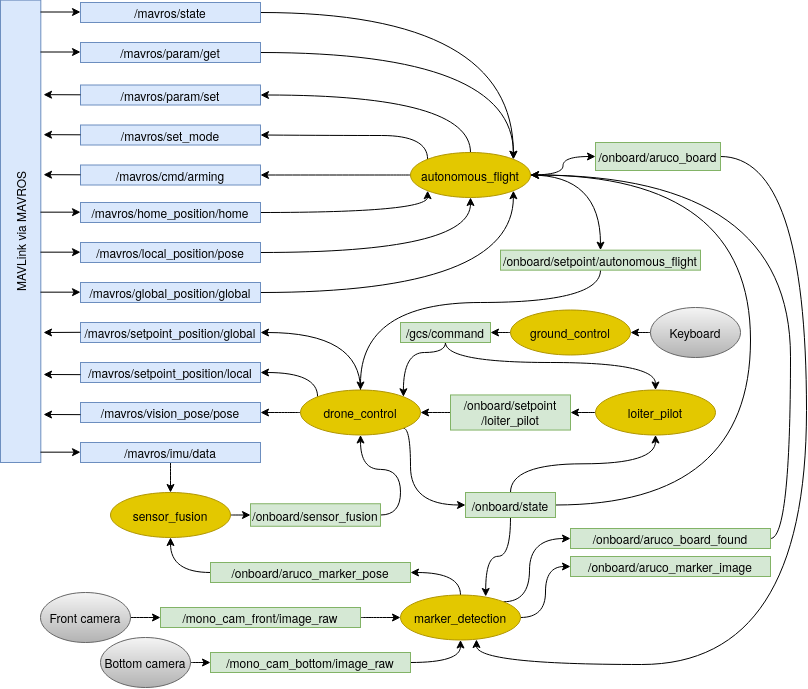
Above: master_report/Figures/node_communication.png in Kenil16/master_project (draw.io), before the change. Source tidied: cells renumbered, new cells last; positions are measured from the earlier drawing's top-left corner, leaving out a move shared by most shapes.
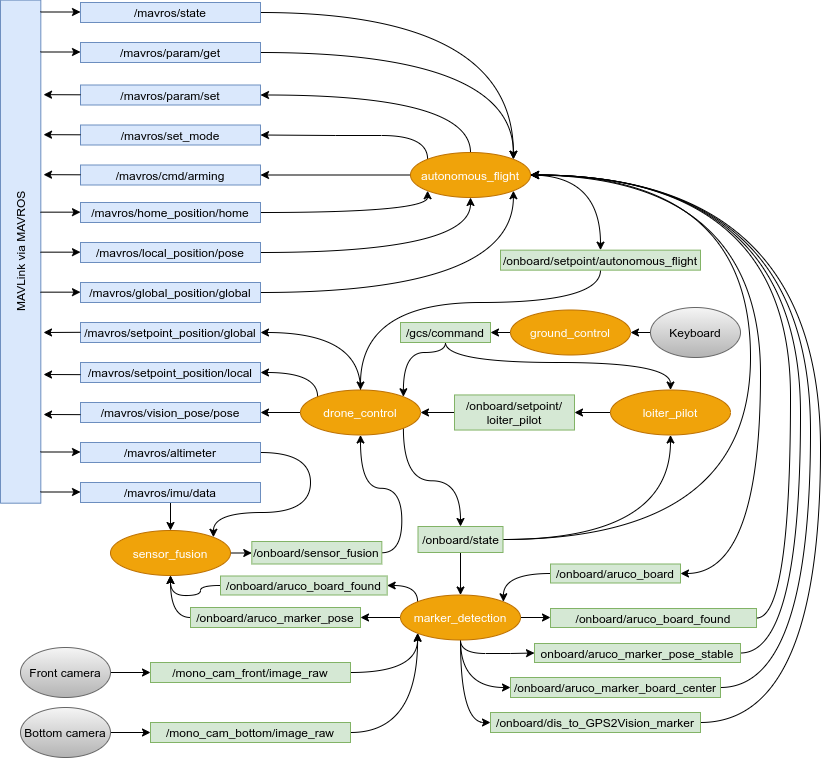
Later version of the same file.

The edit, as a diff of the source:
```diff
@@ -16,3 +16,3 @@
     </mxCell>
-    <mxCell id="6" style="edgeStyle=orthogonalEdgeStyle;curved=1;rounded=0;jettySize=auto;html=1;exitX=1;exitY=0.5;exitDx=0;exitDy=0;entryX=0.5;entryY=1;entryDx=0;entryDy=0;startArrow=none;startFill=0;" parent="1" edge="1" source="7" target="48">
+    <mxCell id="6" style="edgeStyle=orthogonalEdgeStyle;curved=1;rounded=0;jettySize=auto;html=1;exitX=1;exitY=0.5;exitDx=0;exitDy=0;entryX=0;entryY=1;entryDx=0;entryDy=0;" parent="1" edge="1" source="7" target="48">
       <mxGeometry relative="1" as="geometry" />
@@ -20,16 +20,14 @@
     <mxCell id="7" value="/mono_cam_bottom/image_raw" style="rounded=0;whiteSpace=wrap;html=1;fillColor=#d5e8d4;strokeColor=#82b366;" parent="1" vertex="1">
-      <mxGeometry x="421" y="650" width="200" height="20" as="geometry" />
+      <mxGeometry x="361" y="720" width="200" height="20" as="geometry" />
     </mxCell>
-    <mxCell id="8" style="edgeStyle=orthogonalEdgeStyle;curved=1;rounded=0;jettySize=auto;html=1;exitX=1;exitY=0.5;exitDx=0;exitDy=0;startArrow=none;startFill=0;" parent="1" edge="1" source="9" target="48">
-      <mxGeometry relative="1" as="geometry" />
+    <mxCell id="8" style="edgeStyle=orthogonalEdgeStyle;curved=1;rounded=0;jettySize=auto;html=1;exitX=1;exitY=0.5;exitDx=0;exitDy=0;entryX=0;entryY=1;entryDx=0;entryDy=0;" parent="1" edge="1" source="9" target="48">
+      <mxGeometry relative="1" as="geometry">
+        <Array as="points">
+          <mxPoint x="628" y="670" />
+        </Array>
+      </mxGeometry>
     </mxCell>
     <mxCell id="9" value="/mono_cam_front/image_raw" style="rounded=0;whiteSpace=wrap;html=1;fillColor=#d5e8d4;strokeColor=#82b366;" parent="1" vertex="1">
-      <mxGeometry x="371" y="605" width="200" height="20" as="geometry" />
+      <mxGeometry x="361" y="660" width="200" height="20" as="geometry" />
     </mxCell>
-    <mxCell id="10" style="edgeStyle=orthogonalEdgeStyle;curved=1;rounded=0;jettySize=auto;html=1;exitX=1;exitY=0.5;exitDx=0;exitDy=0;entryX=1;entryY=0.5;entryDx=0;entryDy=0;" parent="1" edge="1" source="11" target="35">
-      <mxGeometry relative="1" as="geometry" />
-    </mxCell>
-    <mxCell id="11" value="/onboard/aruco_board_found" style="rounded=0;whiteSpace=wrap;html=1;fillColor=#d5e8d4;strokeColor=#82b366;" parent="1" vertex="1">
-      <mxGeometry x="781" y="526" width="200" height="20" as="geometry" />
-    </mxCell>
     <mxCell id="12" style="edgeStyle=orthogonalEdgeStyle;curved=1;rounded=0;jettySize=auto;html=1;exitX=0;exitY=0.5;exitDx=0;exitDy=0;entryX=1;entryY=0.5;entryDx=0;entryDy=0;startArrow=none;startFill=0;" parent="1" edge="1" source="13" target="44">
@@ -37,4 +35,4 @@
     </mxCell>
-    <mxCell id="13" value="/onboard/setpoint/loiter_pilot" style="rounded=0;whiteSpace=wrap;html=1;fillColor=#d5e8d4;strokeColor=#82b366;" parent="1" vertex="1">
-      <mxGeometry x="661" y="392.5" width="120" height="35.1" as="geometry" />
+    <mxCell id="13" value="/onboard/setpoint/&lt;br&gt;loiter_pilot" style="rounded=0;whiteSpace=wrap;html=1;fillColor=#d5e8d4;strokeColor=#82b366;" parent="1" vertex="1">
+      <mxGeometry x="665" y="392.5" width="120" height="35.1" as="geometry" />
     </mxCell>
@@ -44,3 +42,3 @@
     <mxCell id="15" value="/onboard/sensor_fusion" style="rounded=0;whiteSpace=wrap;html=1;fillColor=#d5e8d4;strokeColor=#82b366;" parent="1" vertex="1">
-      <mxGeometry x="461" y="501.2" width="130" height="22.5" as="geometry" />
+      <mxGeometry x="462.3" y="539" width="130" height="22.5" as="geometry" />
     </mxCell>
@@ -57,21 +55,22 @@
     </mxCell>
-    <mxCell id="18" value="/onboard/aruco_marker_image" style="rounded=0;whiteSpace=wrap;html=1;fillColor=#d5e8d4;strokeColor=#82b366;" parent="1" vertex="1">
-      <mxGeometry x="781" y="554" width="200" height="20" as="geometry" />
-    </mxCell>
+    <mxCell id="21" style="edgeStyle=orthogonalEdgeStyle;curved=1;rounded=0;jettySize=auto;html=1;exitX=1;exitY=0.5;exitDx=0;exitDy=0;entryX=1;entryY=0.5;entryDx=0;entryDy=0;startArrow=none;startFill=0;" parent="1" edge="1" source="22" target="35">
+      <mxGeometry relative="1" as="geometry">
+        <Array as="points">
+          <mxPoint x="961" y="537" />
+          <mxPoint x="961" y="173" />
+        </Array>
+      </mxGeometry>
+    </mxCell>
+    <mxCell id="20" style="edgeStyle=orthogonalEdgeStyle;curved=1;rounded=0;jettySize=auto;html=1;exitX=0.5;exitY=1;exitDx=0;exitDy=0;entryX=0.5;entryY=0;entryDx=0;entryDy=0;" parent="1" edge="1" source="22" target="48">
+      <mxGeometry relative="1" as="geometry" />
+    </mxCell>
-    <mxCell id="19" style="edgeStyle=orthogonalEdgeStyle;curved=1;rounded=0;jettySize=auto;html=1;exitX=0.5;exitY=0;exitDx=0;exitDy=0;entryX=0.5;entryY=1;entryDx=0;entryDy=0;startArrow=none;startFill=0;" parent="1" edge="1" source="22" target="37">
-      <mxGeometry relative="1" as="geometry" />
+    <mxCell id="19" style="edgeStyle=orthogonalEdgeStyle;curved=1;rounded=0;jettySize=auto;html=1;exitX=1;exitY=0.5;exitDx=0;exitDy=0;entryX=0.5;entryY=1;entryDx=0;entryDy=0;" parent="1" edge="1" source="22" target="37">
+      <mxGeometry relative="1" as="geometry">
+        <Array as="points">
+          <mxPoint x="881" y="537" />
+        </Array>
+      </mxGeometry>
     </mxCell>
-    <mxCell id="20" style="edgeStyle=orthogonalEdgeStyle;curved=1;rounded=0;jettySize=auto;html=1;exitX=0.5;exitY=1;exitDx=0;exitDy=0;entryX=0.71;entryY=0.033;entryDx=0;entryDy=0;entryPerimeter=0;startArrow=none;startFill=0;" parent="1" edge="1" source="22" target="48">
-      <mxGeometry relative="1" as="geometry" />
-    </mxCell>
-    <mxCell id="21" style="edgeStyle=orthogonalEdgeStyle;curved=1;rounded=0;jettySize=auto;html=1;exitX=1;exitY=0.5;exitDx=0;exitDy=0;entryX=1;entryY=0.5;entryDx=0;entryDy=0;startArrow=none;startFill=0;" parent="1" edge="1" source="22" target="35">
-      <mxGeometry relative="1" as="geometry">
-        <Array as="points">
-          <mxPoint x="961" y="503" />
-          <mxPoint x="961" y="173" />
-        </Array>
-      </mxGeometry>
-    </mxCell>
     <mxCell id="22" value="/onboard/state" style="rounded=0;whiteSpace=wrap;html=1;fillColor=#d5e8d4;strokeColor=#82b366;" parent="1" vertex="1">
-      <mxGeometry x="676" y="490" width="90" height="25" as="geometry" />
+      <mxGeometry x="628.5" y="524" width="85" height="26" as="geometry" />
     </mxCell>
@@ -81,3 +80,3 @@
     <mxCell id="24" value="Front camera" style="ellipse;whiteSpace=wrap;html=1;gradientColor=#b3b3b3;fillColor=#f5f5f5;strokeColor=#666666;" parent="1" vertex="1">
-      <mxGeometry x="251" y="590" width="90" height="50" as="geometry" />
+      <mxGeometry x="231" y="645" width="90" height="50" as="geometry" />
     </mxCell>
@@ -87,3 +86,3 @@
     <mxCell id="26" value="Bottom camera" style="ellipse;whiteSpace=wrap;html=1;gradientColor=#b3b3b3;fillColor=#f5f5f5;strokeColor=#666666;" parent="1" vertex="1">
-      <mxGeometry x="311" y="635" width="90" height="50" as="geometry" />
+      <mxGeometry x="231" y="705" width="90" height="50" as="geometry" />
     </mxCell>
@@ -96,3 +95,3 @@
     <mxCell id="29" value="MAVLink via MAVROS" style="rounded=0;whiteSpace=wrap;html=1;rotation=-90;fillColor=#dae8fc;strokeColor=#6c8ebf;" parent="1" vertex="1">
-      <mxGeometry y="208.7" width="462.4" height="40.3" as="geometry" />
+      <mxGeometry x="-20.4" y="229" width="503.1" height="40.3" as="geometry" />
     </mxCell>
@@ -115,6 +114,11 @@
     </mxCell>
-    <mxCell id="34" style="edgeStyle=orthogonalEdgeStyle;curved=1;rounded=0;jettySize=auto;html=1;exitX=1;exitY=0.5;exitDx=0;exitDy=0;startArrow=none;startFill=0;" parent="1" edge="1" source="35" target="80">
-      <mxGeometry relative="1" as="geometry" />
+    <mxCell id="34" style="edgeStyle=orthogonalEdgeStyle;curved=1;rounded=0;jettySize=auto;html=1;exitX=1;exitY=0.5;exitDx=0;exitDy=0;entryX=1;entryY=0.5;entryDx=0;entryDy=0;" parent="1" edge="1" source="35" target="80">
+      <mxGeometry relative="1" as="geometry">
+        <Array as="points">
+          <mxPoint x="971" y="173" />
+          <mxPoint x="971" y="571" />
+        </Array>
+      </mxGeometry>
     </mxCell>
-    <mxCell id="35" value="autonomous_flight" style="ellipse;whiteSpace=wrap;html=1;fillColor=#e3c800;strokeColor=#B09500;fontColor=#000000;" parent="1" vertex="1">
+    <mxCell id="35" value="autonomous_flight" style="ellipse;whiteSpace=wrap;html=1;fillColor=#f0a30a;strokeColor=#BD7000;fontColor=#ffffff;" parent="1" vertex="1">
       <mxGeometry x="621" y="150" width="120" height="45" as="geometry" />
@@ -124,4 +128,4 @@
     </mxCell>
-    <mxCell id="37" value="loiter_pilot" style="ellipse;whiteSpace=wrap;html=1;fillColor=#e3c800;strokeColor=#B09500;fontColor=#000000;" parent="1" vertex="1">
-      <mxGeometry x="806" y="387.5" width="120" height="45" as="geometry" />
+    <mxCell id="37" value="loiter_pilot" style="ellipse;whiteSpace=wrap;html=1;fillColor=#f0a30a;strokeColor=#BD7000;fontColor=#ffffff;" parent="1" vertex="1">
+      <mxGeometry x="821" y="387.5" width="120" height="45" as="geometry" />
     </mxCell>
@@ -130,3 +134,3 @@
     </mxCell>
-    <mxCell id="39" value="ground_control" style="ellipse;whiteSpace=wrap;html=1;fillColor=#e3c800;strokeColor=#B09500;fontColor=#000000;" parent="1" vertex="1">
+    <mxCell id="39" value="ground_control" style="ellipse;whiteSpace=wrap;html=1;fillColor=#f0a30a;strokeColor=#BD7000;fontColor=#ffffff;" parent="1" vertex="1">
       <mxGeometry x="721" y="307.5" width="120" height="45" as="geometry" />
@@ -146,28 +150,36 @@
     </mxCell>
-    <mxCell id="43" style="edgeStyle=orthogonalEdgeStyle;curved=1;rounded=0;jettySize=auto;html=1;exitX=1;exitY=1;exitDx=0;exitDy=0;entryX=0;entryY=0.5;entryDx=0;entryDy=0;startArrow=none;startFill=0;" parent="1" edge="1" source="44" target="22">
-      <mxGeometry relative="1" as="geometry">
-        <Array as="points">
-          <mxPoint x="621" y="426" />
-          <mxPoint x="621" y="503" />
-        </Array>
-      </mxGeometry>
+    <mxCell id="43" style="edgeStyle=orthogonalEdgeStyle;curved=1;rounded=0;jettySize=auto;html=1;exitX=1;exitY=1;exitDx=0;exitDy=0;entryX=0.5;entryY=0;entryDx=0;entryDy=0;" parent="1" edge="1" source="44" target="22">
+      <mxGeometry relative="1" as="geometry" />
     </mxCell>
-    <mxCell id="44" value="drone_control" style="ellipse;whiteSpace=wrap;html=1;fillColor=#e3c800;strokeColor=#B09500;fontColor=#000000;" parent="1" vertex="1">
+    <mxCell id="44" value="drone_control" style="ellipse;whiteSpace=wrap;html=1;fillColor=#f0a30a;strokeColor=#BD7000;fontColor=#ffffff;" parent="1" vertex="1">
       <mxGeometry x="511" y="387.5" width="120" height="45" as="geometry" />
     </mxCell>
-    <mxCell id="45" style="edgeStyle=orthogonalEdgeStyle;curved=1;rounded=0;jettySize=auto;html=1;exitX=0.5;exitY=0;exitDx=0;exitDy=0;entryX=1;entryY=0.5;entryDx=0;entryDy=0;startArrow=none;startFill=0;" parent="1" edge="1" source="48" target="65">
+    <mxCell id="45" style="edgeStyle=orthogonalEdgeStyle;curved=1;rounded=0;jettySize=auto;html=1;exitX=0;exitY=0.5;exitDx=0;exitDy=0;entryX=1;entryY=0.5;entryDx=0;entryDy=0;" parent="1" edge="1" source="48" target="65">
       <mxGeometry relative="1" as="geometry" />
     </mxCell>
-    <mxCell id="46" style="edgeStyle=orthogonalEdgeStyle;curved=1;rounded=0;jettySize=auto;html=1;exitX=1;exitY=0.5;exitDx=0;exitDy=0;entryX=0;entryY=0.5;entryDx=0;entryDy=0;startArrow=none;startFill=0;" parent="1" edge="1" source="48" target="18">
-      <mxGeometry relative="1" as="geometry" />
-    </mxCell>
-    <mxCell id="47" style="edgeStyle=orthogonalEdgeStyle;curved=1;rounded=0;jettySize=auto;html=1;exitX=1;exitY=0;exitDx=0;exitDy=0;entryX=0;entryY=0.5;entryDx=0;entryDy=0;startArrow=none;startFill=0;" parent="1" edge="1" source="48" target="11">
-      <mxGeometry relative="1" as="geometry">
-        <Array as="points">
-          <mxPoint x="740" y="599" />
-          <mxPoint x="740" y="536" />
-        </Array>
-      </mxGeometry>
-    </mxCell>
+    <mxCell id="84" style="edgeStyle=orthogonalEdgeStyle;curved=1;rounded=0;jettySize=auto;html=1;exitX=0.5;exitY=1;exitDx=0;exitDy=0;entryX=0;entryY=0.5;entryDx=0;entryDy=0;" parent="1" edge="1" source="48" target="96">
+      <mxGeometry relative="1" as="geometry" />
+    </mxCell>
+    <mxCell id="85" style="edgeStyle=orthogonalEdgeStyle;curved=1;rounded=0;jettySize=auto;html=1;exitX=0.5;exitY=1;exitDx=0;exitDy=0;entryX=0;entryY=0.5;entryDx=0;entryDy=0;" parent="1" edge="1" source="48" target="94">
+      <mxGeometry relative="1" as="geometry" />
+    </mxCell>
+    <mxCell id="86" style="edgeStyle=orthogonalEdgeStyle;curved=1;rounded=0;jettySize=auto;html=1;exitX=0;exitY=0;exitDx=0;exitDy=0;entryX=1;entryY=0.5;entryDx=0;entryDy=0;" parent="1" edge="1" source="48" target="100">
+      <mxGeometry relative="1" as="geometry">
+        <Array as="points">
+          <mxPoint x="628" y="583" />
+        </Array>
+      </mxGeometry>
+    </mxCell>
+    <mxCell id="87" style="edgeStyle=orthogonalEdgeStyle;curved=1;rounded=0;jettySize=auto;html=1;exitX=1;exitY=0.5;exitDx=0;exitDy=0;entryX=0;entryY=0.5;entryDx=0;entryDy=0;" parent="1" edge="1" source="48" target="98">
+      <mxGeometry relative="1" as="geometry" />
+    </mxCell>
+    <mxCell id="88" style="edgeStyle=orthogonalEdgeStyle;curved=1;rounded=0;jettySize=auto;html=1;exitX=0.5;exitY=1;exitDx=0;exitDy=0;entryX=0;entryY=0.5;entryDx=0;entryDy=0;startArrow=none;startFill=0;endArrow=classic;endFill=1;" parent="1" edge="1" source="48" target="92">
+      <mxGeometry relative="1" as="geometry">
+        <Array as="points">
+          <mxPoint x="671" y="651" />
+          <mxPoint x="721" y="651" />
+        </Array>
+      </mxGeometry>
+    </mxCell>
-    <mxCell id="48" value="marker_detection" style="ellipse;whiteSpace=wrap;html=1;fillColor=#e3c800;strokeColor=#B09500;fontColor=#000000;" parent="1" vertex="1">
+    <mxCell id="48" value="marker_detection" style="ellipse;whiteSpace=wrap;html=1;fillColor=#f0a30a;strokeColor=#BD7000;fontColor=#ffffff;" parent="1" vertex="1">
       <mxGeometry x="611" y="592.5" width="120" height="45" as="geometry" />
@@ -177,4 +189,4 @@
     </mxCell>
-    <mxCell id="50" value="sensor_fusion" style="ellipse;whiteSpace=wrap;html=1;fillColor=#e3c800;strokeColor=#B09500;fontColor=#000000;" parent="1" vertex="1">
-      <mxGeometry x="321" y="490" width="120" height="45" as="geometry" />
+    <mxCell id="50" value="sensor_fusion" style="ellipse;whiteSpace=wrap;html=1;fillColor=#f0a30a;strokeColor=#BD7000;fontColor=#ffffff;" parent="1" vertex="1">
+      <mxGeometry x="321" y="528" width="120" height="45" as="geometry" />
     </mxCell>
@@ -190,3 +202,3 @@
     <mxCell id="54" value="/mavros/imu/data" style="rounded=0;whiteSpace=wrap;html=1;fillColor=#dae8fc;strokeColor=#6c8ebf;" parent="1" vertex="1">
-      <mxGeometry x="291" y="440" width="180" height="20" as="geometry" />
+      <mxGeometry x="291" y="480" width="180" height="20" as="geometry" />
     </mxCell>
@@ -230,3 +242,3 @@
     <mxCell id="65" value="/onboard/aruco_marker_pose&lt;br&gt;" style="rounded=0;whiteSpace=wrap;html=1;fillColor=#d5e8d4;strokeColor=#82b366;" parent="1" vertex="1">
-      <mxGeometry x="421" y="560" width="200" height="20" as="geometry" />
+      <mxGeometry x="401" y="605" width="170" height="20" as="geometry" />
     </mxCell>
@@ -236,3 +248,3 @@
           <mxPoint x="656" y="360" />
-          <mxPoint x="866" y="360" />
+          <mxPoint x="881" y="360" />
         </Array>
@@ -244,3 +256,3 @@
           <mxPoint x="656" y="350" />
-          <mxPoint x="613" y="350" />
+          <mxPoint x="614" y="350" />
         </Array>
@@ -269,8 +281,2 @@
     </mxCell>
-    <mxCell id="72" style="endArrow=classic;html=1;entryX=0;entryY=0.5;entryDx=0;entryDy=0;" parent="1" edge="1">
-      <mxGeometry relative="1" as="geometry">
-        <mxPoint x="251" y="449.7" as="sourcePoint" />
-        <mxPoint x="291" y="449.7" as="targetPoint" />
-      </mxGeometry>
-    </mxCell>
     <mxCell id="73" style="endArrow=classic;html=1;entryX=0.865;entryY=1.067;entryDx=0;entryDy=0;exitX=0;exitY=0.5;exitDx=0;exitDy=0;entryPerimeter=0;" parent="1" edge="1">
@@ -311,13 +317,7 @@
     </mxCell>
-    <mxCell id="79" style="edgeStyle=orthogonalEdgeStyle;curved=1;rounded=0;jettySize=auto;html=1;exitX=1;exitY=0.5;exitDx=0;exitDy=0;entryX=0.633;entryY=0.989;entryDx=0;entryDy=0;entryPerimeter=0;startArrow=none;startFill=0;" parent="1" edge="1" source="80" target="48">
-      <mxGeometry relative="1" as="geometry">
-        <Array as="points">
-          <mxPoint x="1017" y="154" />
-          <mxPoint x="1017" y="662" />
-          <mxPoint x="687" y="662" />
-        </Array>
-      </mxGeometry>
+    <mxCell id="79" style="edgeStyle=orthogonalEdgeStyle;curved=1;rounded=0;jettySize=auto;html=1;exitX=0;exitY=0.5;exitDx=0;exitDy=0;entryX=1;entryY=0;entryDx=0;entryDy=0;" parent="1" edge="1" source="80" target="48">
+      <mxGeometry relative="1" as="geometry" />
     </mxCell>
     <mxCell id="80" value="/onboard/aruco_board" style="rounded=0;whiteSpace=wrap;html=1;fillColor=#d5e8d4;strokeColor=#82b366;" parent="1" vertex="1">
-      <mxGeometry x="806" y="140" width="125" height="28" as="geometry" />
+      <mxGeometry x="761" y="561.5" width="130" height="19" as="geometry" />
     </mxCell>
@@ -335,2 +335,76 @@
     </mxCell>
+    <mxCell id="89" style="edgeStyle=orthogonalEdgeStyle;curved=1;rounded=0;jettySize=auto;html=1;exitX=1;exitY=0.5;exitDx=0;exitDy=0;entryX=1;entryY=0;entryDx=0;entryDy=0;" parent="1" edge="1" source="90" target="50">
+      <mxGeometry relative="1" as="geometry">
+        <Array as="points">
+          <mxPoint x="521" y="450" />
+          <mxPoint x="521" y="510" />
+          <mxPoint x="424" y="510" />
+        </Array>
+      </mxGeometry>
+    </mxCell>
+    <mxCell id="90" value="/mavros/altimeter" style="rounded=0;whiteSpace=wrap;html=1;fillColor=#dae8fc;strokeColor=#6c8ebf;" parent="1" vertex="1">
+      <mxGeometry x="291" y="440" width="180" height="20" as="geometry" />
+    </mxCell>
+    <mxCell id="91" style="edgeStyle=orthogonalEdgeStyle;curved=1;rounded=0;jettySize=auto;html=1;exitX=1;exitY=0.5;exitDx=0;exitDy=0;entryX=1;entryY=0.5;entryDx=0;entryDy=0;" parent="1" edge="1" source="92" target="35">
+      <mxGeometry relative="1" as="geometry">
+        <Array as="points">
+          <mxPoint x="1011" y="651" />
+          <mxPoint x="1011" y="173" />
+        </Array>
+      </mxGeometry>
+    </mxCell>
+    <mxCell id="92" value="onboard/aruco_marker_pose_stable" style="rounded=0;whiteSpace=wrap;html=1;fillColor=#d5e8d4;strokeColor=#82b366;" parent="1" vertex="1">
+      <mxGeometry x="745" y="641" width="206" height="19" as="geometry" />
+    </mxCell>
+    <mxCell id="93" style="edgeStyle=orthogonalEdgeStyle;curved=1;rounded=0;jettySize=auto;html=1;exitX=1;exitY=0.5;exitDx=0;exitDy=0;entryX=1;entryY=0.5;entryDx=0;entryDy=0;" parent="1" edge="1" source="94" target="35">
+      <mxGeometry relative="1" as="geometry">
+        <Array as="points">
+          <mxPoint x="1021" y="685" />
+          <mxPoint x="1021" y="173" />
+        </Array>
+      </mxGeometry>
+    </mxCell>
+    <mxCell id="94" value="/onboard/aruco_marker_board_center" style="rounded=0;whiteSpace=wrap;html=1;fillColor=#d5e8d4;strokeColor=#82b366;" parent="1" vertex="1">
+      <mxGeometry x="721" y="675" width="210" height="20" as="geometry" />
+    </mxCell>
+    <mxCell id="95" style="edgeStyle=orthogonalEdgeStyle;curved=1;rounded=0;jettySize=auto;html=1;exitX=1;exitY=0.5;exitDx=0;exitDy=0;entryX=1;entryY=0.5;entryDx=0;entryDy=0;" parent="1" edge="1" source="96" target="35">
+      <mxGeometry relative="1" as="geometry">
+        <Array as="points">
+          <mxPoint x="1031" y="720" />
+          <mxPoint x="1031" y="173" />
+        </Array>
+      </mxGeometry>
+    </mxCell>
+    <mxCell id="96" value="/onboard/dis_to_GPS2Vision_marker" style="rounded=0;whiteSpace=wrap;html=1;fillColor=#d5e8d4;strokeColor=#82b366;" parent="1" vertex="1">
+      <mxGeometry x="701" y="710" width="210" height="20" as="geometry" />
+    </mxCell>
+    <mxCell id="97" style="edgeStyle=orthogonalEdgeStyle;curved=1;rounded=0;jettySize=auto;html=1;exitX=1;exitY=0.5;exitDx=0;exitDy=0;entryX=1;entryY=0.5;entryDx=0;entryDy=0;" parent="1" edge="1" source="98" target="35">
+      <mxGeometry relative="1" as="geometry">
+        <Array as="points">
+          <mxPoint x="1001" y="616" />
+          <mxPoint x="1001" y="173" />
+        </Array>
+      </mxGeometry>
+    </mxCell>
+    <mxCell id="98" value="/onboard/aruco_board_found" style="rounded=0;whiteSpace=wrap;html=1;fillColor=#d5e8d4;strokeColor=#82b366;" parent="1" vertex="1">
+      <mxGeometry x="761" y="606" width="206" height="19" as="geometry" />
+    </mxCell>
+    <mxCell id="99" style="edgeStyle=orthogonalEdgeStyle;curved=1;rounded=0;jettySize=auto;html=1;exitX=0;exitY=0.5;exitDx=0;exitDy=0;entryX=0.5;entryY=1;entryDx=0;entryDy=0;" parent="1" edge="1" source="100" target="50">
+      <mxGeometry relative="1" as="geometry" />
+    </mxCell>
+    <mxCell id="100" value="/onboard/aruco_board_found" style="rounded=0;whiteSpace=wrap;html=1;fillColor=#d5e8d4;strokeColor=#82b366;" parent="1" vertex="1">
+      <mxGeometry x="431" y="573.5" width="166.7" height="19" as="geometry" />
+    </mxCell>
+    <mxCell id="101" style="endArrow=classic;html=1;entryX=0;entryY=0.5;entryDx=0;entryDy=0;" parent="1" edge="1">
+      <mxGeometry relative="1" as="geometry">
+        <mxPoint x="251" y="449.5" as="sourcePoint" />
+        <mxPoint x="291" y="449.5" as="targetPoint" />
+      </mxGeometry>
+    </mxCell>
+    <mxCell id="102" style="endArrow=classic;html=1;entryX=0;entryY=0.5;entryDx=0;entryDy=0;" parent="1" edge="1">
+      <mxGeometry relative="1" as="geometry">
+        <mxPoint x="251" y="489.5" as="sourcePoint" />
+        <mxPoint x="291" y="489.5" as="targetPoint" />
+      </mxGeometry>
+    </mxCell>
   </root>
```
